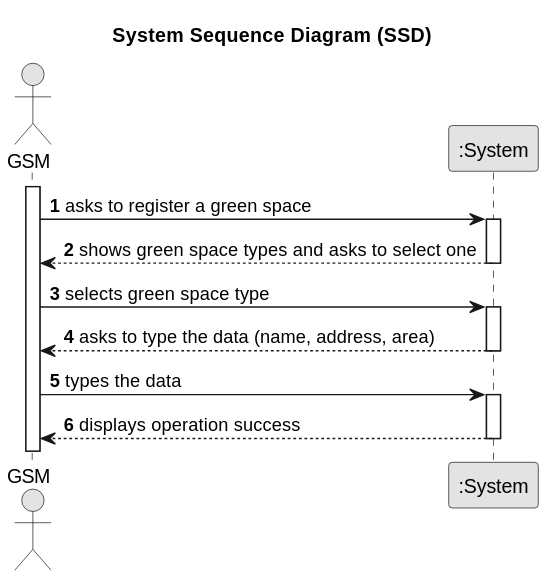
Above: docs/sprintC/us020/01.requirements-engineering/svg/us020-system-sequence-diagram.svg in Departamento-de-Engenharia-Informatica/lei-24-s2-1do-g164 (PlantUML), before the change. Source of this version:
```plantuml
@startuml
skinparam monochrome true
skinparam packageStyle rectangle
skinparam shadowing false

title System Sequence Diagram (SSD)

autonumber

actor "GSM" as Employee
participant ":System" as System

activate Employee

    Employee -> System : asks to register a green space
    activate System

        System --> Employee : shows green space types and asks to select one
    deactivate System

    Employee -> System : selects green space type
        activate System

            System --> Employee : asks to type the data (name, address, area)
        deactivate System

        Employee -> System : types the data
            activate System

            System --> Employee : displays operation success
        deactivate System
@enduml
```
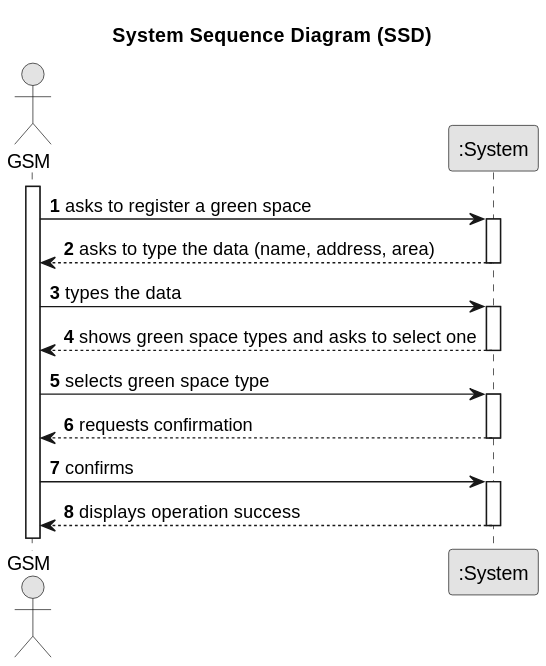
The same file after the commit.

Diff of the diagram source:
```diff
@@ -15,17 +15,27 @@
     Employee -> System : asks to register a green space
     activate System
 
+                System --> Employee : asks to type the data (name, address, area)
+            deactivate System
+
+            Employee -> System : types the data
+                activate System
+
         System --> Employee : shows green space types and asks to select one
     deactivate System
 
     Employee -> System : selects green space type
         activate System
 
-            System --> Employee : asks to type the data (name, address, area)
-        deactivate System
+        System --> Employee : requests confirmation
+            deactivate System
 
-        Employee -> System : types the data
-            activate System
+            Employee -> System : confirms
+                activate System
+
+
+
+
 
             System --> Employee : displays operation success
         deactivate System
```
